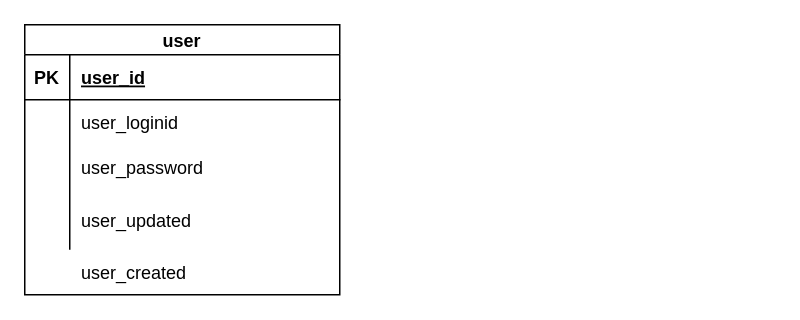
Earlier version of the draw.io diagram erchart.dio (yuta1127/memo_application). Source tidied: cells renumbered, new cells numbered last; positions are measured from the earlier drawing's top-left corner, leaving out a move shared by most shapes. Both pictures are drawn from the tidied source at 150%, with x=0, y=0 at pixel (24, 24).
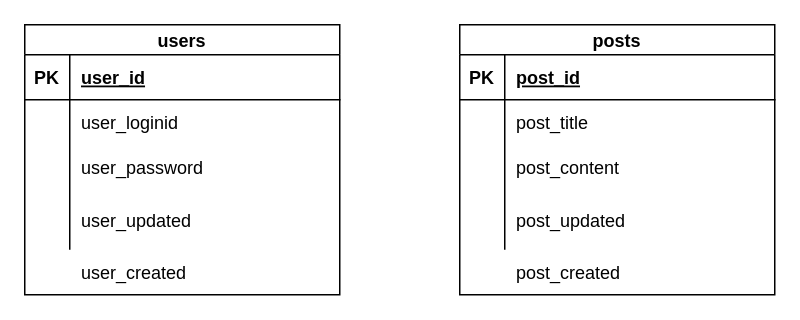
After the change.

The change refers to these unchanged cells:
```xml
<mxCell id="2" style="group;" parent="1" vertex="1">
  <mxGeometry width="210" height="180" as="geometry" />
</mxCell>
```

What changed in the source:
```diff
@@
-    <mxCell id="4" value="user" style="shape=table;startSize=20;childLayout=tableLayout;rowLines=0;fontStyle=1;align=center;" parent="2" vertex="1">
+    <mxCell id="4" value="users" style="shape=table;startSize=20;childLayout=tableLayout;rowLines=0;fontStyle=1;align=center;" parent="2" vertex="1">
       <mxGeometry width="210" height="180" as="geometry" />
     </mxCell>
@@
+    <mxCell id="17" style="group;" parent="1" vertex="1">
+      <mxGeometry x="290" width="210" height="180" as="geometry" />
+    </mxCell>
+    <mxCell id="18" value="post_created" style="shape=partialRectangle;fillColor=none;top=0;left=0;bottom=0;right=0;align=left;spacingLeft=6;overflow=hidden;" parent="17" vertex="1">
+      <mxGeometry x="30" y="150" width="180" height="30" as="geometry" />
+    </mxCell>
+    <mxCell id="19" value="posts" style="shape=table;startSize=20;childLayout=tableLayout;rowLines=0;fontStyle=1;align=center;" parent="17" vertex="1">
+      <mxGeometry width="210" height="180" as="geometry" />
+    </mxCell>
+    <mxCell id="20" style="shape=partialRectangle;fillColor=none;top=0;left=0;bottom=1;right=0;" parent="19" vertex="1">
+      <mxGeometry y="20" width="210" height="30" as="geometry" />
+    </mxCell>
+    <mxCell id="21" value="PK" style="shape=partialRectangle;fillColor=none;top=0;left=0;bottom=0;right=0;fontStyle=1;overflow=hidden;" parent="20" vertex="1">
+      <mxGeometry width="30" height="30" as="geometry" />
+    </mxCell>
+    <mxCell id="22" value="post_id" style="shape=partialRectangle;fillColor=none;top=0;left=0;bottom=0;right=0;align=left;spacingLeft=6;fontStyle=5;overflow=hidden;" parent="20" vertex="1">
+      <mxGeometry x="30" width="180" height="30" as="geometry" />
+    </mxCell>
+    <mxCell id="23" style="shape=partialRectangle;fillColor=none;top=0;left=0;bottom=0;right=0;" parent="19" vertex="1">
+      <mxGeometry y="50" width="210" height="30" as="geometry" />
+    </mxCell>
+    <mxCell id="24" style="shape=partialRectangle;fillColor=none;top=0;left=0;bottom=0;right=0;overflow=hidden;" parent="23" vertex="1">
+      <mxGeometry width="30" height="30" as="geometry" />
+    </mxCell>
+    <mxCell id="25" value="post_title" style="shape=partialRectangle;fillColor=none;top=0;left=0;bottom=0;right=0;align=left;spacingLeft=6;overflow=hidden;" parent="23" vertex="1">
+      <mxGeometry x="30" width="180" height="30" as="geometry" />
+    </mxCell>
+    <mxCell id="26" style="shape=partialRectangle;fillColor=none;top=0;left=0;bottom=0;right=0;" parent="19" vertex="1">
+      <mxGeometry y="80" width="210" height="30" as="geometry" />
+    </mxCell>
+    <mxCell id="27" style="shape=partialRectangle;fillColor=none;top=0;left=0;bottom=0;right=0;overflow=hidden;" parent="26" vertex="1">
+      <mxGeometry width="30" height="30" as="geometry" />
+    </mxCell>
+    <mxCell id="28" value="post_content" style="shape=partialRectangle;fillColor=none;top=0;left=0;bottom=0;right=0;align=left;spacingLeft=6;overflow=hidden;" parent="26" vertex="1">
+      <mxGeometry x="30" width="180" height="30" as="geometry" />
+    </mxCell>
+    <mxCell id="29" style="shape=partialRectangle;fillColor=none;top=0;left=0;bottom=0;right=0;" parent="19" vertex="1">
+      <mxGeometry y="110" width="210" height="40" as="geometry" />
+    </mxCell>
+    <mxCell id="30" style="shape=partialRectangle;fillColor=none;top=0;left=0;bottom=0;right=0;overflow=hidden;" parent="29" vertex="1">
+      <mxGeometry width="30" height="40" as="geometry" />
+    </mxCell>
+    <mxCell id="31" value="post_updated" style="shape=partialRectangle;fillColor=none;top=0;left=0;bottom=0;right=0;align=left;spacingLeft=6;overflow=hidden;" parent="29" vertex="1">
+      <mxGeometry x="30" width="180" height="40" as="geometry" />
+    </mxCell>
```
